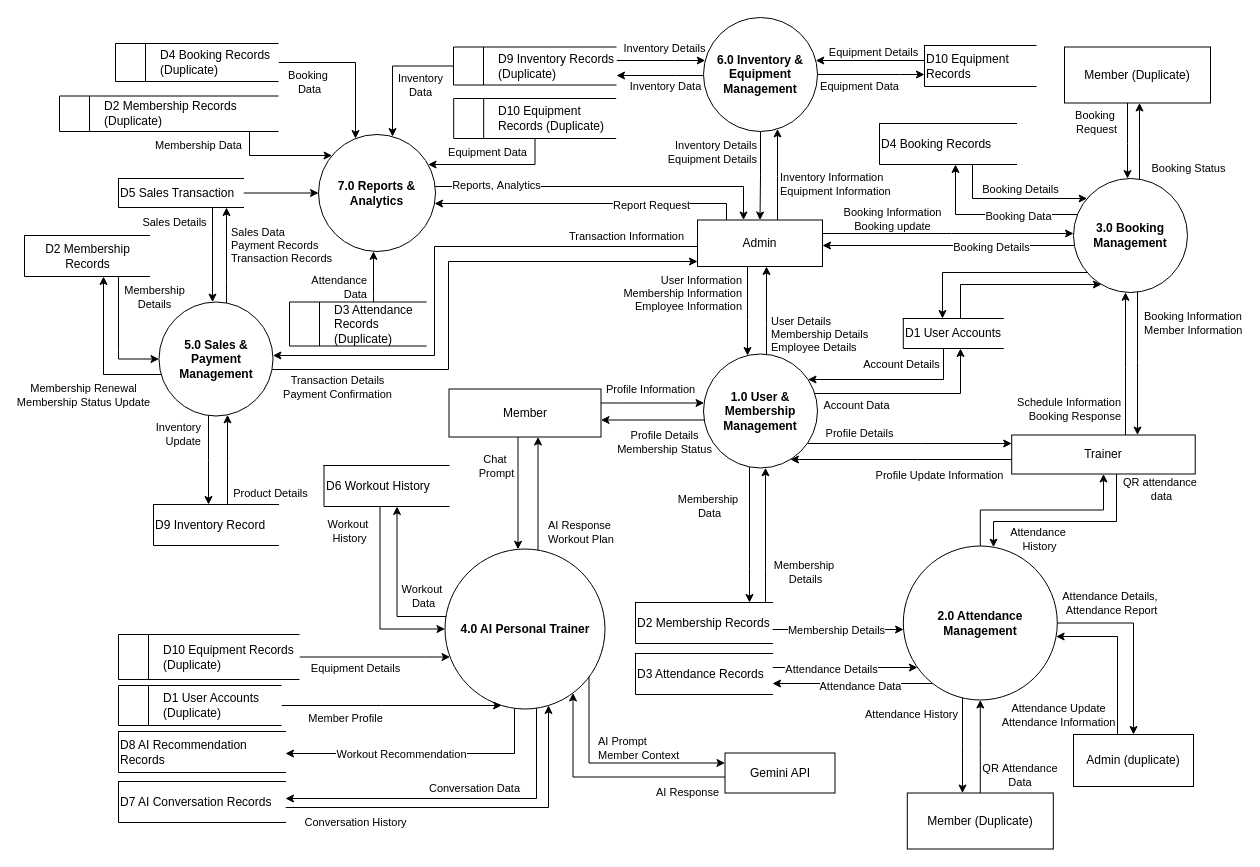
xelfus23/draw-io keeps this draw.io diagram as page "Dataflow Diagram lvl 1" (3 of 4) of Dataflow diagram.drawio. Above is the earlier version. Source tidied: cells renumbered, new cells numbered last; positions are measured from the earlier drawing's top-left corner, leaving out a move shared by most shapes. Both pictures are drawn from the tidied source at 100%, with x=0, y=0 at pixel (24, 17).
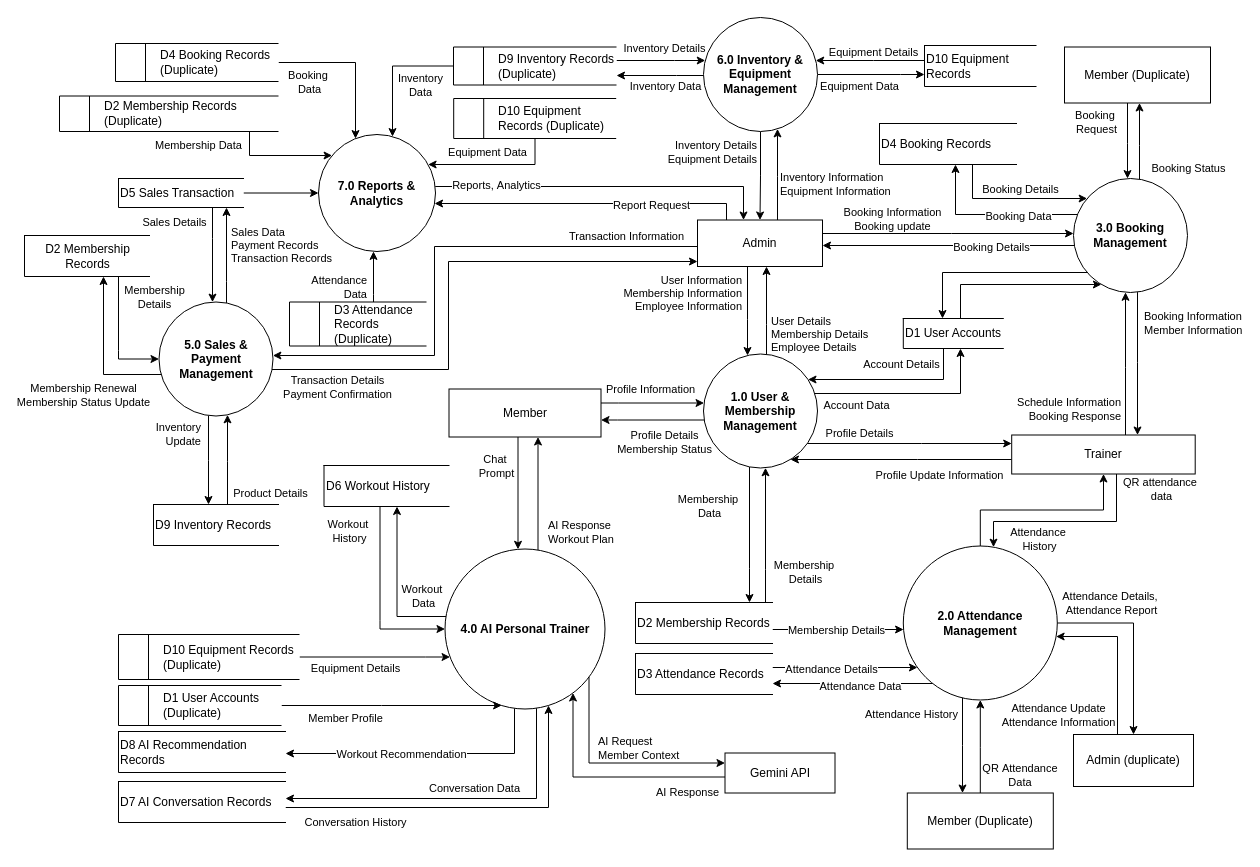
The same page after the edit.

Unchanged cells that the change refers to:
```xml
<mxCell id="36" style="edgeStyle=orthogonalEdgeStyle;rounded=0;jettySize=auto;html=1;" parent="1" edge="1" source="40" target="125">
  <mxGeometry relative="1" as="geometry">
    <Array as="points">
      <mxPoint x="564.5" y="745.5" />
    </Array>
  </mxGeometry>
</mxCell>
```

What changed in the source:
```diff
@@
-    <mxCell id="37" value="AI Prompt&lt;div&gt;Member Context&lt;/div&gt;" style="edgeLabel;html=1;align=left;verticalAlign=middle;" parent="36" vertex="1">
+    <mxCell id="37" value="AI Request&lt;div&gt;Member Context&lt;/div&gt;" style="edgeLabel;html=1;align=left;verticalAlign=middle;" parent="36" vertex="1">
       <mxGeometry x="0.54" y="1" relative="1" as="geometry">
         <mxPoint x="-78" y="-14" as="offset" />
       </mxGeometry>
     </mxCell>
@@
-    <mxCell id="145" value="&lt;span style=&quot;text-align: center;&quot;&gt;D9 Inventory Record&lt;/span&gt;" style="html=1;dashed=0;whiteSpace=wrap;shape=partialRectangle;right=0;align=left;" parent="1" vertex="1">
+    <mxCell id="145" value="&lt;span style=&quot;text-align: center;&quot;&gt;D9 Inventory Records&lt;/span&gt;" style="html=1;dashed=0;whiteSpace=wrap;shape=partialRectangle;right=0;align=left;" parent="1" vertex="1">
       <mxGeometry x="129" y="487" width="125" height="41" as="geometry" />
     </mxCell>
```
